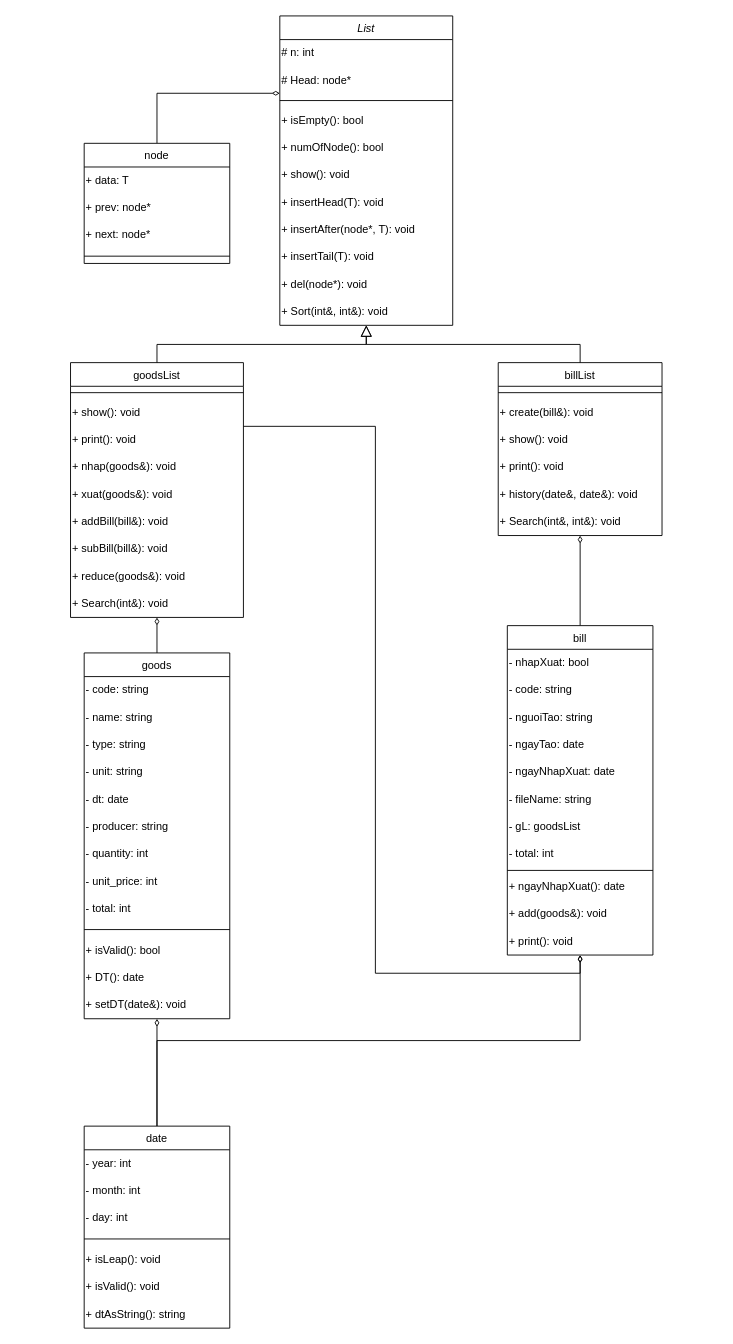
Before: Untitled Diagram.drawio in wai157/pbl2, a draw.io diagram. Source tidied: cells renumbered, new cells numbered last; positions are measured from the earlier drawing's top-left corner, leaving out a move shared by most shapes. Both pictures are drawn from the tidied source at 91%, with x=0, y=0 at pixel (70, 15).
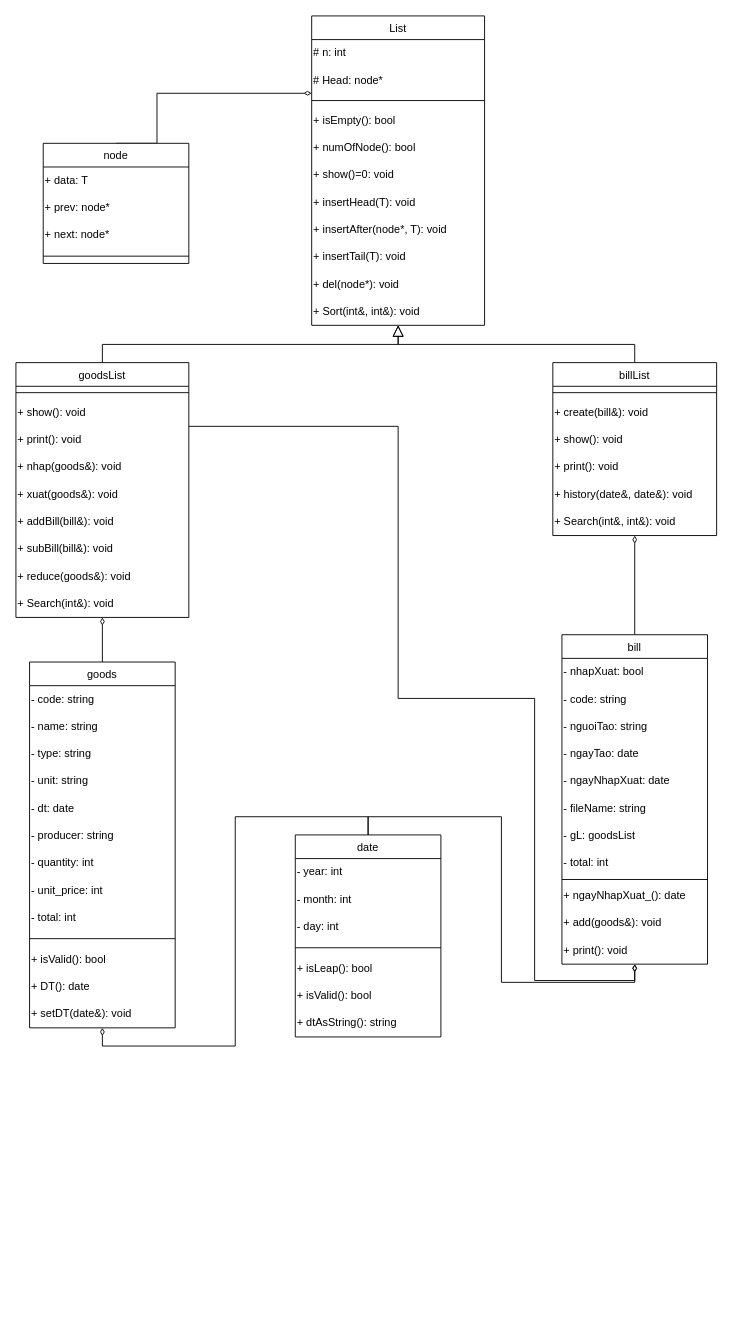
After the change.

The change refers to these unchanged cells:
```xml
<mxCell id="6" style="group;" parent="2" vertex="1">
  <mxGeometry y="100" width="190" height="120" as="geometry" />
</mxCell>
```

Diff of the diagram source:
```diff
@@
-    <mxCell id="2" value="List" style="swimlane;fontStyle=2;align=center;verticalAlign=top;horizontal=1;startSize=26;rounded=0;shadow=0;strokeWidth=1;" parent="1" vertex="1">
-      <mxGeometry x="230" width="190" height="340" as="geometry" />
+    <mxCell id="2" value="List" style="swimlane;fontStyle=0;align=center;verticalAlign=top;horizontal=1;startSize=26;rounded=0;shadow=0;strokeWidth=1;" parent="1" vertex="1">
+      <mxGeometry x="265" width="190" height="340" as="geometry" />
     </mxCell>
@@
-    <mxCell id="9" value="&lt;span style=&quot;&quot;&gt;+ show(): void&lt;/span&gt;" style="text;html=1;align=left;verticalAlign=middle;strokeColor=none;fillColor=none;" parent="6" vertex="1">
-      <mxGeometry y="60" width="160" height="30" as="geometry" />
+    <mxCell id="9" value="&lt;span style=&quot;&quot;&gt;+ show()=0: void&lt;/span&gt;" style="text;html=1;align=left;verticalAlign=middle;strokeColor=none;fillColor=none;" parent="6" vertex="1">
+      <mxGeometry y="60" width="110" height="30" as="geometry" />
     </mxCell>
@@
     <mxCell id="15" style="edgeStyle=orthogonalEdgeStyle;rounded=0;jettySize=auto;html=1;exitX=1;exitY=0.25;exitDx=0;exitDy=0;entryX=0.5;entryY=1;entryDx=0;entryDy=0;endArrow=diamondThin;endFill=0;" parent="1" edge="1" source="16" target="54">
-      <mxGeometry relative="1" as="geometry" />
+      <mxGeometry relative="1" as="geometry">
+        <Array as="points">
+          <mxPoint x="360" y="451" />
+          <mxPoint x="360" y="750" />
+          <mxPoint x="510" y="750" />
+          <mxPoint x="510" y="1060" />
+          <mxPoint x="620" y="1060" />
+        </Array>
+      </mxGeometry>
     </mxCell>
     <mxCell id="16" value="goodsList" style="swimlane;fontStyle=0;align=center;verticalAlign=top;horizontal=1;startSize=26;rounded=0;shadow=0;strokeWidth=1;" parent="1" vertex="1">
-      <mxGeometry y="381" width="190" height="280" as="geometry" />
+      <mxGeometry x="-60" y="381" width="190" height="280" as="geometry" />
     </mxCell>
@@
     <mxCell id="28" value="billList" style="swimlane;fontStyle=0;align=center;verticalAlign=top;horizontal=1;startSize=26;rounded=0;shadow=0;strokeWidth=1;" parent="1" vertex="1">
-      <mxGeometry x="470" y="381" width="180" height="190" as="geometry" />
+      <mxGeometry x="530" y="381" width="180" height="190" as="geometry" />
     </mxCell>
@@
     <mxCell id="38" value="goods" style="swimlane;fontStyle=0;align=center;verticalAlign=top;horizontal=1;startSize=26;rounded=0;shadow=0;strokeWidth=1;" parent="1" vertex="1">
-      <mxGeometry x="15" y="700" width="160" height="402" as="geometry" />
+      <mxGeometry x="-45" y="710" width="160" height="402" as="geometry" />
     </mxCell>
@@
     <mxCell id="54" value="bill" style="swimlane;fontStyle=0;align=center;verticalAlign=top;horizontal=1;startSize=26;rounded=0;shadow=0;strokeWidth=1;" parent="1" vertex="1">
-      <mxGeometry x="480" y="670" width="160" height="362" as="geometry" />
+      <mxGeometry x="540" y="680" width="160" height="362" as="geometry" />
     </mxCell>
@@
-    <mxCell id="64" value="+ ngayNhapXuat(): date" style="text;html=1;align=left;verticalAlign=middle;strokeColor=none;fillColor=none;" parent="54" vertex="1">
+    <mxCell id="64" value="+ ngayNhapXuat_(): date" style="text;html=1;align=left;verticalAlign=middle;strokeColor=none;fillColor=none;" parent="54" vertex="1">
       <mxGeometry y="272" width="160" height="30" as="geometry" />
     </mxCell>
@@
     <mxCell id="69" value="date" style="swimlane;fontStyle=0;align=center;verticalAlign=top;horizontal=1;startSize=26;rounded=0;shadow=0;strokeWidth=1;" parent="1" vertex="1">
-      <mxGeometry x="15" y="1220" width="160" height="222" as="geometry" />
+      <mxGeometry x="247" y="900" width="160" height="222" as="geometry" />
     </mxCell>
@@
-    <mxCell id="74" value="+ isLeap(): void" style="text;html=1;align=left;verticalAlign=middle;strokeColor=none;fillColor=none;" parent="69" vertex="1">
+    <mxCell id="74" value="+ isLeap(): bool" style="text;html=1;align=left;verticalAlign=middle;strokeColor=none;fillColor=none;" parent="69" vertex="1">
       <mxGeometry y="132" width="160" height="30" as="geometry" />
     </mxCell>
-    <mxCell id="75" value="+ isValid(): void" style="text;html=1;align=left;verticalAlign=middle;strokeColor=none;fillColor=none;" parent="69" vertex="1">
+    <mxCell id="75" value="+ isValid(): bool" style="text;html=1;align=left;verticalAlign=middle;strokeColor=none;fillColor=none;" parent="69" vertex="1">
       <mxGeometry y="162" width="160" height="30" as="geometry" />
     </mxCell>
@@
     <mxCell id="78" value="node" style="swimlane;fontStyle=0;align=center;verticalAlign=top;horizontal=1;startSize=26;rounded=0;shadow=0;strokeWidth=1;" parent="1" vertex="1">
-      <mxGeometry x="15" y="140" width="160" height="132" as="geometry" />
+      <mxGeometry x="-30" y="140" width="160" height="132" as="geometry" />
     </mxCell>
```
